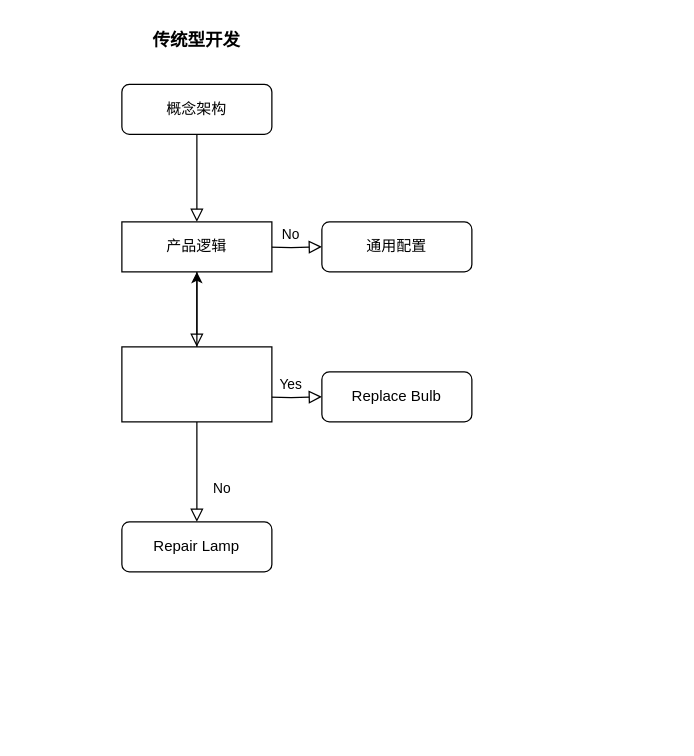
Above: 低代码与传统模式开发流程差异.drawio in zy380196088/draw-workspace (draw.io), before the change. Source tidied: cells renumbered, new cells numbered last; positions are measured from the earlier drawing's top-left corner, leaving out a move shared by most shapes. Both pictures are drawn from the tidied source at 125%, with x=0, y=0 at pixel (121, 21).
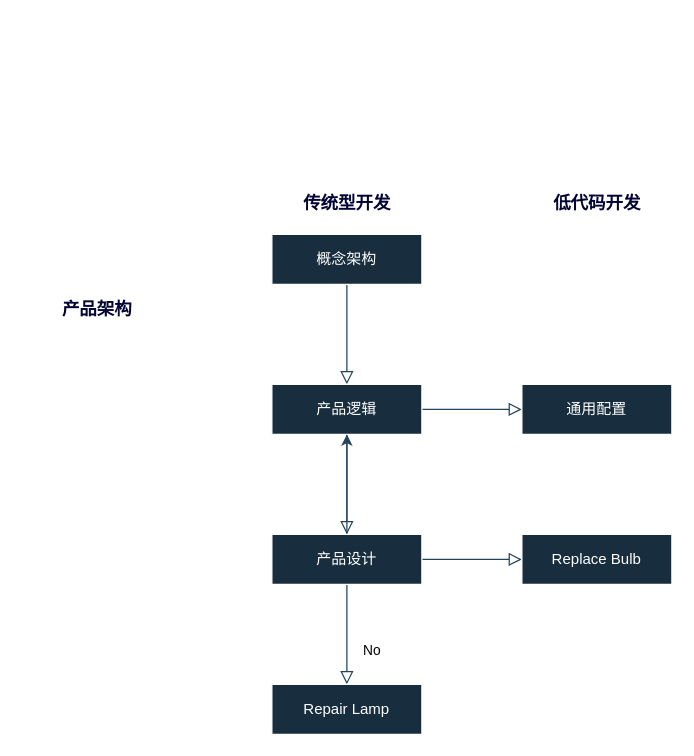
The same diagram, later.

Commit message (it also covers changes not shown here):
更新低代码与传统模式开发流程差异.drawio

Change to the diagram source:
```diff
@@
 <mxGraphModel>
   <root>
     <mxCell id="0" />
     <mxCell id="1" parent="0" />
-    <mxCell id="2" style="rounded=0;html=1;jettySize=auto;fontSize=11;endArrow=block;endFill=0;endSize=8;strokeWidth=1;shadow=0;labelBackgroundColor=none;edgeStyle=orthogonalEdgeStyle;entryX=0.5;entryY=0;entryDx=0;entryDy=0;" parent="1" edge="1" source="3" target="11">
+    <mxCell id="2" style="rounded=0;html=1;jettySize=auto;fontSize=11;endArrow=block;endFill=0;endSize=8;strokeWidth=1;shadow=0;labelBackgroundColor=none;edgeStyle=orthogonalEdgeStyle;entryX=0.5;entryY=0;entryDx=0;entryDy=0;fontColor=default;strokeColor=#23445D;" parent="1" edge="1" source="3" target="11">
       <mxGeometry relative="1" as="geometry" />
     </mxCell>
-    <mxCell id="3" value="概念架构" style="rounded=1;whiteSpace=wrap;html=1;fontSize=12;glass=0;strokeWidth=1;shadow=0;" parent="1" vertex="1">
-      <mxGeometry y="50" width="120" height="40" as="geometry" />
+    <mxCell id="3" value="概念架构" style="rounded=0;whiteSpace=wrap;html=1;fontSize=12;glass=0;strokeWidth=1;shadow=0;labelBackgroundColor=none;fillColor=#182E3E;strokeColor=#FFFFFF;fontColor=#FFFFFF;" parent="1" vertex="1">
+      <mxGeometry x="120" y="170" width="120" height="40" as="geometry" />
     </mxCell>
-    <mxCell id="4" style="rounded=0;html=1;jettySize=auto;fontSize=11;endArrow=block;endFill=0;endSize=8;strokeWidth=1;shadow=0;labelBackgroundColor=none;edgeStyle=orthogonalEdgeStyle;entryX=0.5;entryY=0;entryDx=0;entryDy=0;" parent="1" edge="1" source="11" target="14">
+    <mxCell id="4" style="rounded=0;html=1;jettySize=auto;fontSize=11;endArrow=block;endFill=0;endSize=8;strokeWidth=1;shadow=0;labelBackgroundColor=none;edgeStyle=orthogonalEdgeStyle;entryX=0.5;entryY=0;entryDx=0;entryDy=0;fontColor=default;strokeColor=#23445D;" parent="1" edge="1" source="11" target="14">
       <mxGeometry y="20" relative="1" as="geometry" />
     </mxCell>
-    <mxCell id="5" value="No" style="edgeStyle=orthogonalEdgeStyle;rounded=0;html=1;jettySize=auto;fontSize=11;endArrow=block;endFill=0;endSize=8;strokeWidth=1;shadow=0;labelBackgroundColor=none;" parent="1" edge="1" target="6">
-      <mxGeometry y="10" relative="1" as="geometry">
-        <mxPoint x="110" y="180" as="sourcePoint" />
-      </mxGeometry>
+    <mxCell id="5" style="edgeStyle=orthogonalEdgeStyle;rounded=0;html=1;jettySize=auto;fontSize=11;endArrow=block;endFill=0;endSize=8;strokeWidth=1;shadow=0;labelBackgroundColor=none;fontColor=default;strokeColor=#23445D;exitX=1;exitY=0.5;exitDx=0;exitDy=0;" parent="1" edge="1" source="11" target="6">
+      <mxGeometry y="10" relative="1" as="geometry" />
     </mxCell>
-    <mxCell id="6" value="通用配置" style="rounded=1;whiteSpace=wrap;html=1;fontSize=12;glass=0;strokeWidth=1;shadow=0;" parent="1" vertex="1">
-      <mxGeometry x="160" y="160" width="120" height="40" as="geometry" />
+    <mxCell id="6" value="通用配置" style="rounded=0;whiteSpace=wrap;html=1;fontSize=12;glass=0;strokeWidth=1;shadow=0;labelBackgroundColor=none;fillColor=#182E3E;strokeColor=#FFFFFF;fontColor=#FFFFFF;" parent="1" vertex="1">
+      <mxGeometry x="320" y="290" width="120" height="40" as="geometry" />
     </mxCell>
-    <mxCell id="7" value="No" style="rounded=0;html=1;jettySize=auto;fontSize=11;endArrow=block;endFill=0;endSize=8;strokeWidth=1;shadow=0;labelBackgroundColor=none;edgeStyle=orthogonalEdgeStyle;exitX=0.5;exitY=1;exitDx=0;exitDy=0;" parent="1" edge="1" source="14" target="9">
+    <mxCell id="7" value="No" style="rounded=0;html=1;jettySize=auto;fontSize=11;endArrow=block;endFill=0;endSize=8;strokeWidth=1;shadow=0;labelBackgroundColor=none;edgeStyle=orthogonalEdgeStyle;exitX=0.5;exitY=1;exitDx=0;exitDy=0;fontColor=default;strokeColor=#23445D;" parent="1" edge="1" source="14" target="9">
       <mxGeometry x="0.33" y="20" relative="1" as="geometry" />
     </mxCell>
-    <mxCell id="8" value="Yes" style="edgeStyle=orthogonalEdgeStyle;rounded=0;html=1;jettySize=auto;fontSize=11;endArrow=block;endFill=0;endSize=8;strokeWidth=1;shadow=0;labelBackgroundColor=none;" parent="1" edge="1" target="10">
-      <mxGeometry y="10" relative="1" as="geometry">
-        <mxPoint x="110" y="300" as="sourcePoint" />
-      </mxGeometry>
+    <mxCell id="8" style="edgeStyle=orthogonalEdgeStyle;rounded=0;html=1;jettySize=auto;fontSize=11;endArrow=block;endFill=0;endSize=8;strokeWidth=1;shadow=0;labelBackgroundColor=none;fontColor=default;strokeColor=#23445D;exitX=1;exitY=0.5;exitDx=0;exitDy=0;" parent="1" edge="1" source="14" target="10">
+      <mxGeometry y="10" relative="1" as="geometry" />
     </mxCell>
-    <mxCell id="9" value="Repair Lamp" style="rounded=1;whiteSpace=wrap;html=1;fontSize=12;glass=0;strokeWidth=1;shadow=0;" parent="1" vertex="1">
-      <mxGeometry y="400" width="120" height="40" as="geometry" />
+    <mxCell id="9" value="Repair Lamp" style="rounded=0;whiteSpace=wrap;html=1;fontSize=12;glass=0;strokeWidth=1;shadow=0;labelBackgroundColor=none;fillColor=#182E3E;strokeColor=#FFFFFF;fontColor=#FFFFFF;" parent="1" vertex="1">
+      <mxGeometry x="120" y="530" width="120" height="40" as="geometry" />
     </mxCell>
-    <mxCell id="10" value="Replace Bulb" style="rounded=1;whiteSpace=wrap;html=1;fontSize=12;glass=0;strokeWidth=1;shadow=0;" parent="1" vertex="1">
-      <mxGeometry x="160" y="280" width="120" height="40" as="geometry" />
+    <mxCell id="10" value="Replace Bulb" style="rounded=0;whiteSpace=wrap;html=1;fontSize=12;glass=0;strokeWidth=1;shadow=0;labelBackgroundColor=none;fillColor=#182E3E;strokeColor=#FFFFFF;fontColor=#FFFFFF;" parent="1" vertex="1">
+      <mxGeometry x="320" y="410" width="120" height="40" as="geometry" />
     </mxCell>
-    <mxCell id="11" value="产品逻辑" style="rounded=0;whiteSpace=wrap;html=1;" parent="1" vertex="1">
-      <mxGeometry y="160" width="120" height="40" as="geometry" />
+    <mxCell id="11" value="产品逻辑" style="rounded=0;whiteSpace=wrap;html=1;labelBackgroundColor=none;fillColor=#182E3E;strokeColor=#FFFFFF;fontColor=#FFFFFF;" parent="1" vertex="1">
+      <mxGeometry x="120" y="290" width="120" height="40" as="geometry" />
     </mxCell>
-    <mxCell id="12" value="传统型开发" style="text;strokeColor=none;align=center;fillColor=none;html=1;verticalAlign=middle;whiteSpace=wrap;rounded=0;fontSize=14;fontStyle=1;" parent="1" vertex="1">
-      <mxGeometry width="120" height="30" as="geometry" />
+    <mxCell id="12" value="传统型开发" style="text;strokeColor=none;align=center;fillColor=none;html=1;verticalAlign=middle;rounded=0;fontSize=14;fontStyle=1;labelBackgroundColor=default;fontColor=#000333;labelBorderColor=none;textShadow=0;" parent="1" vertex="1">
+      <mxGeometry x="120" y="130" width="120" height="30" as="geometry" />
     </mxCell>
-    <mxCell id="13" style="edgeStyle=orthogonalEdgeStyle;rounded=0;jettySize=auto;html=1;" parent="1" edge="1" source="14" target="11">
+    <mxCell id="13" style="edgeStyle=orthogonalEdgeStyle;rounded=0;jettySize=auto;html=1;labelBackgroundColor=none;fontColor=default;strokeColor=#23445D;" parent="1" edge="1" source="14" target="11">
       <mxGeometry relative="1" as="geometry" />
     </mxCell>
-    <mxCell id="14" style="rounded=0;whiteSpace=wrap;html=1;" parent="1" vertex="1">
-      <mxGeometry y="260" width="120" height="60" as="geometry" />
+    <mxCell id="14" value="产品设计" style="rounded=0;whiteSpace=wrap;html=1;labelBackgroundColor=none;fillColor=#182E3E;strokeColor=#FFFFFF;fontColor=#FFFFFF;" parent="1" vertex="1">
+      <mxGeometry x="120" y="410" width="120" height="40" as="geometry" />
     </mxCell>
+    <mxCell id="15" value="低代码开发" style="text;strokeColor=none;align=center;fillColor=none;html=1;verticalAlign=middle;rounded=0;fontSize=14;fontStyle=1;labelBackgroundColor=default;fontColor=#000333;labelBorderColor=none;textShadow=0;" parent="1" vertex="1">
+      <mxGeometry x="320" y="130" width="120" height="30" as="geometry" />
+    </mxCell>
+    <mxCell id="16" value="产品架构" style="text;strokeColor=none;align=center;fillColor=none;html=1;verticalAlign=middle;rounded=0;fontSize=14;fontStyle=1;labelBackgroundColor=default;fontColor=#000333;labelBorderColor=none;textShadow=0;" parent="1" vertex="1">
+      <mxGeometry x="-80" y="210" width="120" height="40" as="geometry" />
+    </mxCell>
   </root>
 </mxGraphModel>
```
